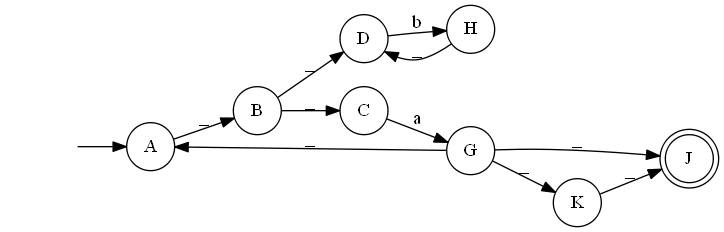
This is Automate Picture/AutomataPicture.dot.png from arjen0203/AutomataReader, a Graphviz export, as it was before one commit. Its source is kept beside it as Automate Picture/AutomataPicture.dot.
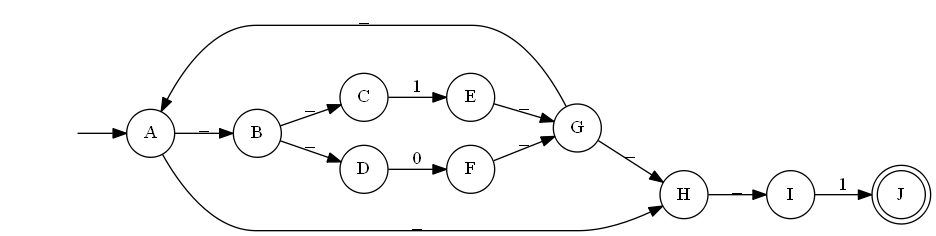
Above is the later version.

What changed in the source:
```diff
@@ -5,20 +5,24 @@
 "B" [shape=circle]
 "C" [shape=circle]
 "D" [shape=circle]
+"E" [shape=circle]
+"F" [shape=circle]
 "G" [shape=circle]
 "H" [shape=circle]
+"I" [shape=circle]
 "J" [shape=doublecircle]
-"K" [shape=circle]
 
 "" -> "A"
 "A" -> "B" [label="_"]
+"A" -> "H" [label="_"]
 "B" -> "C" [label="_"]
 "B" -> "D" [label="_"]
-"C" -> "G" [label="a"]
-"D" -> "H" [label="b"]
-"G" -> "J" [label="_"]
-"G" -> "K" [label="_"]
+"C" -> "E" [label="1"]
+"D" -> "F" [label="0"]
+"E" -> "G" [label="_"]
+"F" -> "G" [label="_"]
+"G" -> "H" [label="_"]
 "G" -> "A" [label="_"]
-"H" -> "D" [label="_"]
-"K" -> "J" [label="_"]
+"H" -> "I" [label="_"]
+"I" -> "J" [label="1"]
 }
```
